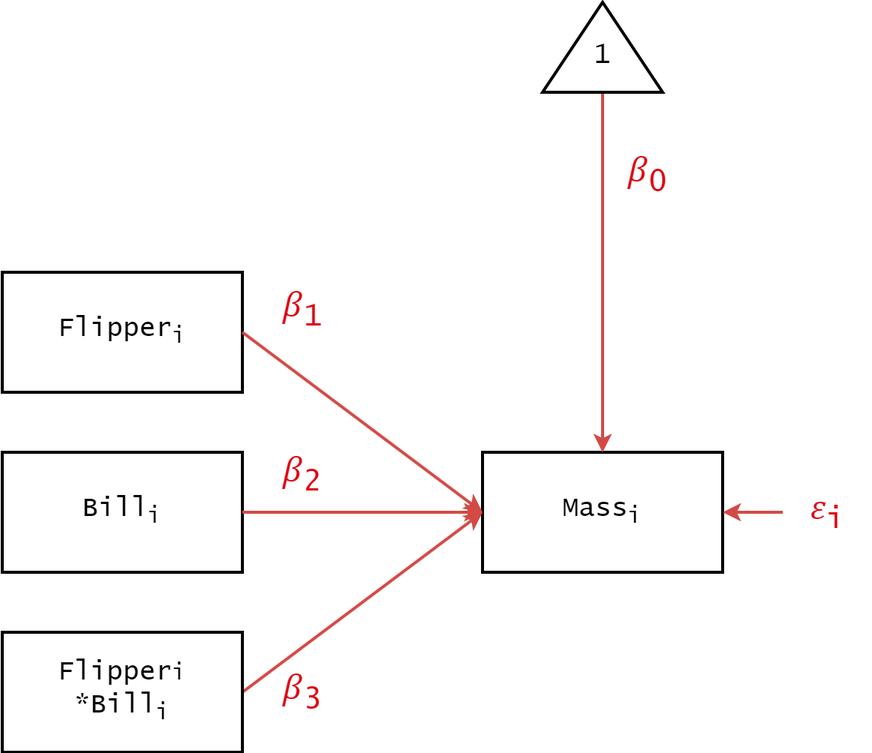
jmgirard/psyc894 keeps this draw.io diagram as diagrams/cc_moderation_full.png. Above is the earlier version. Source tidied: cells renumbered, new cells last; positions are measured from the earlier drawing's top-left corner, leaving out a move shared by most shapes. The source it was exported from:
```xml
<mxGraphModel>
  <root>
    <mxCell id="0" />
    <mxCell id="1" parent="0" />
    <mxCell id="2" value="Mass&lt;sub&gt;i&lt;/sub&gt;" style="rounded=0;whiteSpace=wrap;html=1;fontSize=18;strokeWidth=2;fontFamily=Lucida Console;" parent="1" vertex="1">
      <mxGeometry x="320" y="300" width="160" height="80" as="geometry" />
    </mxCell>
    <mxCell id="3" style="endArrow=classic;html=1;rounded=0;strokeWidth=2;strokeColor=#D34A45;entryX=1;entryY=0.5;entryDx=0;entryDy=0;exitX=0;exitY=0.5;exitDx=0;exitDy=0;" parent="1" edge="1" source="4" target="2">
      <mxGeometry relative="1" as="geometry" />
    </mxCell>
    <mxCell id="4" value="&lt;span style=&quot;color: rgb(223, 0, 15); background-color: rgb(255, 255, 255);&quot;&gt;&lt;font style=&quot;font-size: 24px;&quot;&gt;&lt;font style=&quot;&quot;&gt;𝜀&lt;/font&gt;&lt;sub&gt;i&lt;/sub&gt;&lt;/font&gt;&lt;/span&gt;" style="text;html=1;align=center;verticalAlign=middle;whiteSpace=wrap;rounded=0;fontSize=18;fontColor=#D34A45;fontFamily=Lucida Console;" parent="1" vertex="1">
      <mxGeometry x="520" y="325" width="60" height="30" as="geometry" />
    </mxCell>
    <mxCell id="5" style="edgeStyle=orthogonalEdgeStyle;rounded=0;jettySize=auto;html=1;exitX=0;exitY=0.5;exitDx=0;exitDy=0;entryX=0.5;entryY=0;entryDx=0;entryDy=0;strokeWidth=2;strokeColor=#D34A45;" parent="1" edge="1" source="6" target="2">
      <mxGeometry relative="1" as="geometry" />
    </mxCell>
    <mxCell id="6" value="&lt;font style=&quot;font-size: 18px;&quot;&gt;1&lt;/font&gt;" style="triangle;whiteSpace=wrap;html=1;strokeWidth=2;direction=north;verticalAlign=middle;spacingTop=12;fontFamily=Lucida Console;" parent="1" vertex="1">
      <mxGeometry x="360" width="80" height="60" as="geometry" />
    </mxCell>
    <mxCell id="7" value="&lt;span style=&quot;color: rgb(223, 0, 15); background-color: rgb(255, 255, 255);&quot;&gt;&lt;font style=&quot;font-size: 24px;&quot;&gt;𝛽&lt;/font&gt;&lt;font style=&quot;font-size: 24px;&quot;&gt;&lt;sub style=&quot;&quot;&gt;0&lt;/sub&gt;&lt;/font&gt;&lt;/span&gt;" style="text;html=1;align=center;verticalAlign=middle;whiteSpace=wrap;rounded=0;fontSize=18;fontFamily=Lucida Console;" parent="1" vertex="1">
      <mxGeometry x="390" y="100" width="80" height="30" as="geometry" />
    </mxCell>
    <mxCell id="8" style="rounded=0;jettySize=auto;html=1;exitX=1;exitY=0.5;exitDx=0;exitDy=0;entryX=0;entryY=0.5;entryDx=0;entryDy=0;strokeWidth=2;strokeColor=light-dark(#d34a45, #ff7777);" parent="1" edge="1" source="9">
      <mxGeometry relative="1" as="geometry">
        <mxPoint x="320" y="340" as="targetPoint" />
      </mxGeometry>
    </mxCell>
    <mxCell id="9" value="Flipper&lt;span style=&quot;font-size: 15px;&quot;&gt;i&lt;/span&gt;&lt;br&gt;&lt;div&gt;*Bill&lt;sub&gt;i&lt;/sub&gt;&lt;br&gt;&lt;/div&gt;" style="rounded=0;whiteSpace=wrap;html=1;fontSize=18;strokeWidth=2;fontFamily=Lucida Console;" parent="1" vertex="1">
      <mxGeometry y="420" width="160" height="80" as="geometry" />
    </mxCell>
    <mxCell id="10" value="Bill&lt;sub&gt;i&lt;br&gt;&lt;/sub&gt;" style="rounded=0;whiteSpace=wrap;html=1;fontSize=18;strokeWidth=2;fontFamily=Lucida Console;" parent="1" vertex="1">
      <mxGeometry y="300" width="160" height="80" as="geometry" />
    </mxCell>
    <mxCell id="11" value="Flipper&lt;sub&gt;i&lt;/sub&gt;" style="rounded=0;whiteSpace=wrap;html=1;fontSize=18;strokeWidth=2;fontFamily=Lucida Console;" parent="1" vertex="1">
      <mxGeometry y="180" width="160" height="80" as="geometry" />
    </mxCell>
    <mxCell id="12" style="rounded=0;jettySize=auto;html=1;exitX=1;exitY=0.5;exitDx=0;exitDy=0;entryX=0;entryY=0.5;entryDx=0;entryDy=0;strokeWidth=2;strokeColor=light-dark(#d34a45, #ff7777);" parent="1" edge="1" source="10">
      <mxGeometry relative="1" as="geometry">
        <mxPoint x="320" y="340" as="targetPoint" />
      </mxGeometry>
    </mxCell>
    <mxCell id="13" style="rounded=0;jettySize=auto;html=1;exitX=1;exitY=0.5;exitDx=0;exitDy=0;entryX=0;entryY=0.5;entryDx=0;entryDy=0;strokeWidth=2;strokeColor=light-dark(#d34a45, #ff7777);" parent="1" edge="1" source="11">
      <mxGeometry relative="1" as="geometry">
        <mxPoint x="320" y="340" as="targetPoint" />
      </mxGeometry>
    </mxCell>
    <mxCell id="14" value="&lt;span style=&quot;color: rgb(223, 0, 15); background-color: rgb(255, 255, 255);&quot;&gt;&lt;font style=&quot;font-size: 24px;&quot;&gt;𝛽&lt;/font&gt;&lt;font style=&quot;font-size: 24px;&quot;&gt;&lt;sub style=&quot;&quot;&gt;1&lt;/sub&gt;&lt;/font&gt;&lt;/span&gt;" style="text;html=1;align=center;verticalAlign=middle;whiteSpace=wrap;rounded=0;fontSize=18;fontFamily=Lucida Console;" parent="1" vertex="1">
      <mxGeometry x="160" y="190" width="80" height="30" as="geometry" />
    </mxCell>
    <mxCell id="15" value="&lt;span style=&quot;color: rgb(223, 0, 15); background-color: rgb(255, 255, 255);&quot;&gt;&lt;font style=&quot;font-size: 24px;&quot;&gt;𝛽&lt;/font&gt;&lt;font style=&quot;font-size: 24px;&quot;&gt;&lt;sub style=&quot;&quot;&gt;2&lt;/sub&gt;&lt;/font&gt;&lt;/span&gt;" style="text;html=1;align=center;verticalAlign=middle;whiteSpace=wrap;rounded=0;fontSize=18;fontFamily=Lucida Console;" parent="1" vertex="1">
      <mxGeometry x="160" y="300" width="80" height="30" as="geometry" />
    </mxCell>
    <mxCell id="16" value="&lt;span style=&quot;color: rgb(223, 0, 15); background-color: rgb(255, 255, 255);&quot;&gt;&lt;font style=&quot;font-size: 24px;&quot;&gt;𝛽&lt;/font&gt;&lt;font style=&quot;font-size: 24px;&quot;&gt;&lt;sub style=&quot;&quot;&gt;3&lt;/sub&gt;&lt;/font&gt;&lt;/span&gt;" style="text;html=1;align=center;verticalAlign=middle;whiteSpace=wrap;rounded=0;fontSize=18;fontFamily=Lucida Console;" parent="1" vertex="1">
      <mxGeometry x="160" y="445" width="80" height="30" as="geometry" />
    </mxCell>
  </root>
</mxGraphModel>
```
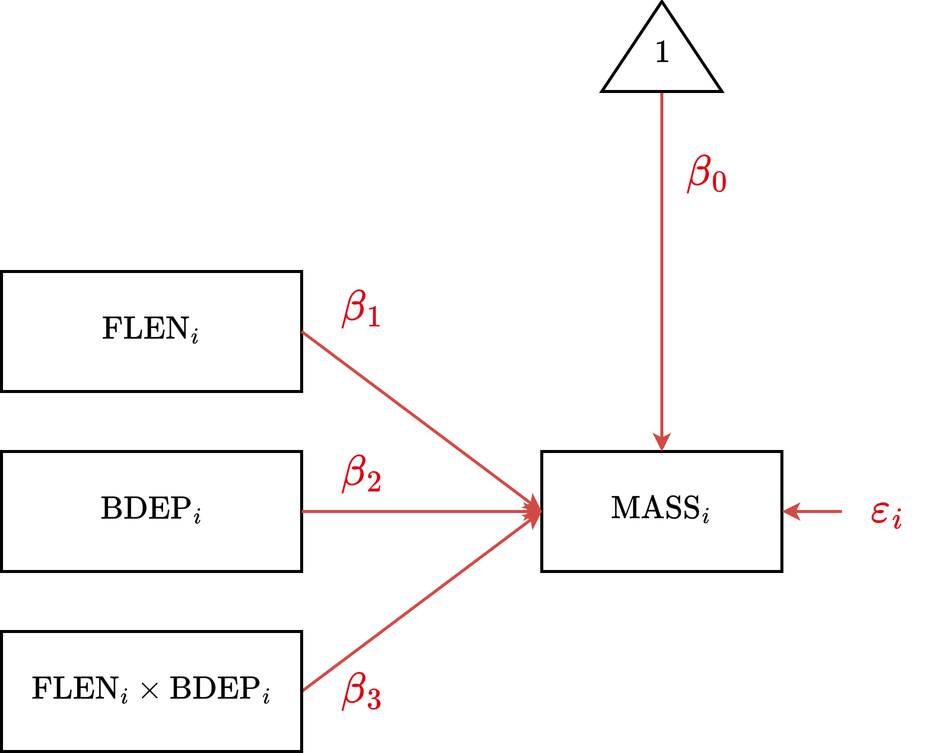
The same file after the commit.

The edit, as a diff of the source:
```diff
@@ -1,23 +1,23 @@
-<mxGraphModel>
+<mxGraphModel math="1">
   <root>
     <mxCell id="0" />
     <mxCell id="1" parent="0" />
-    <mxCell id="2" value="Mass&lt;sub&gt;i&lt;/sub&gt;" style="rounded=0;whiteSpace=wrap;html=1;fontSize=18;strokeWidth=2;fontFamily=Lucida Console;" parent="1" vertex="1">
+    <mxCell id="2" value="$$\text{MASS}_i$$" style="rounded=0;whiteSpace=wrap;html=1;fontSize=18;strokeWidth=2;fontFamily=Lucida Console;" parent="1" vertex="1">
       <mxGeometry x="320" y="300" width="160" height="80" as="geometry" />
     </mxCell>
     <mxCell id="3" style="endArrow=classic;html=1;rounded=0;strokeWidth=2;strokeColor=#D34A45;entryX=1;entryY=0.5;entryDx=0;entryDy=0;exitX=0;exitY=0.5;exitDx=0;exitDy=0;" parent="1" edge="1" source="4" target="2">
       <mxGeometry relative="1" as="geometry" />
     </mxCell>
-    <mxCell id="4" value="&lt;span style=&quot;color: rgb(223, 0, 15); background-color: rgb(255, 255, 255);&quot;&gt;&lt;font style=&quot;font-size: 24px;&quot;&gt;&lt;font style=&quot;&quot;&gt;𝜀&lt;/font&gt;&lt;sub&gt;i&lt;/sub&gt;&lt;/font&gt;&lt;/span&gt;" style="text;html=1;align=center;verticalAlign=middle;whiteSpace=wrap;rounded=0;fontSize=18;fontColor=#D34A45;fontFamily=Lucida Console;" parent="1" vertex="1">
+    <mxCell id="4" value="&lt;font color=&quot;#df000f&quot;&gt;&lt;span style=&quot;font-size: 24px; background-color: rgb(255, 255, 255);&quot;&gt;$$\varepsilon_i$$&lt;/span&gt;&lt;/font&gt;" style="text;html=1;align=center;verticalAlign=middle;whiteSpace=wrap;rounded=0;fontSize=18;fontColor=#D34A45;fontFamily=Lucida Console;" parent="1" vertex="1">
       <mxGeometry x="520" y="325" width="60" height="30" as="geometry" />
     </mxCell>
     <mxCell id="5" style="edgeStyle=orthogonalEdgeStyle;rounded=0;jettySize=auto;html=1;exitX=0;exitY=0.5;exitDx=0;exitDy=0;entryX=0.5;entryY=0;entryDx=0;entryDy=0;strokeWidth=2;strokeColor=#D34A45;" parent="1" edge="1" source="6" target="2">
       <mxGeometry relative="1" as="geometry" />
     </mxCell>
-    <mxCell id="6" value="&lt;font style=&quot;font-size: 18px;&quot;&gt;1&lt;/font&gt;" style="triangle;whiteSpace=wrap;html=1;strokeWidth=2;direction=north;verticalAlign=middle;spacingTop=12;fontFamily=Lucida Console;" parent="1" vertex="1">
+    <mxCell id="6" value="&lt;span style=&quot;font-size: 18px;&quot;&gt;$$1$$&lt;/span&gt;" style="triangle;whiteSpace=wrap;html=1;strokeWidth=2;direction=north;verticalAlign=middle;spacingTop=12;fontFamily=Lucida Console;" parent="1" vertex="1">
       <mxGeometry x="360" width="80" height="60" as="geometry" />
     </mxCell>
-    <mxCell id="7" value="&lt;span style=&quot;color: rgb(223, 0, 15); background-color: rgb(255, 255, 255);&quot;&gt;&lt;font style=&quot;font-size: 24px;&quot;&gt;𝛽&lt;/font&gt;&lt;font style=&quot;font-size: 24px;&quot;&gt;&lt;sub style=&quot;&quot;&gt;0&lt;/sub&gt;&lt;/font&gt;&lt;/span&gt;" style="text;html=1;align=center;verticalAlign=middle;whiteSpace=wrap;rounded=0;fontSize=18;fontFamily=Lucida Console;" parent="1" vertex="1">
+    <mxCell id="7" value="&lt;font color=&quot;#df000f&quot;&gt;&lt;span style=&quot;font-size: 24px; background-color: rgb(255, 255, 255);&quot;&gt;$$\beta_0$$&lt;/span&gt;&lt;/font&gt;" style="text;html=1;align=center;verticalAlign=middle;whiteSpace=wrap;rounded=0;fontSize=18;fontFamily=Lucida Console;" parent="1" vertex="1">
       <mxGeometry x="390" y="100" width="80" height="30" as="geometry" />
     </mxCell>
     <mxCell id="8" style="rounded=0;jettySize=auto;html=1;exitX=1;exitY=0.5;exitDx=0;exitDy=0;entryX=0;entryY=0.5;entryDx=0;entryDy=0;strokeWidth=2;strokeColor=light-dark(#d34a45, #ff7777);" parent="1" edge="1" source="9">
@@ -25,14 +25,14 @@
         <mxPoint x="320" y="340" as="targetPoint" />
       </mxGeometry>
     </mxCell>
-    <mxCell id="9" value="Flipper&lt;span style=&quot;font-size: 15px;&quot;&gt;i&lt;/span&gt;&lt;br&gt;&lt;div&gt;*Bill&lt;sub&gt;i&lt;/sub&gt;&lt;br&gt;&lt;/div&gt;" style="rounded=0;whiteSpace=wrap;html=1;fontSize=18;strokeWidth=2;fontFamily=Lucida Console;" parent="1" vertex="1">
-      <mxGeometry y="420" width="160" height="80" as="geometry" />
+    <mxCell id="9" value="&lt;div&gt;$$\text{FLEN}_i \times \text{BDEP}_i$$&lt;/div&gt;" style="rounded=0;whiteSpace=wrap;html=1;fontSize=18;strokeWidth=2;fontFamily=Lucida Console;" parent="1" vertex="1">
+      <mxGeometry x="-40" y="420" width="200" height="80" as="geometry" />
     </mxCell>
-    <mxCell id="10" value="Bill&lt;sub&gt;i&lt;br&gt;&lt;/sub&gt;" style="rounded=0;whiteSpace=wrap;html=1;fontSize=18;strokeWidth=2;fontFamily=Lucida Console;" parent="1" vertex="1">
-      <mxGeometry y="300" width="160" height="80" as="geometry" />
+    <mxCell id="10" value="&lt;sub&gt;&lt;font style=&quot;font-size: 18px;&quot;&gt;$$\text{BDEP}_i$$&lt;/font&gt;&lt;/sub&gt;" style="rounded=0;whiteSpace=wrap;html=1;fontSize=18;strokeWidth=2;fontFamily=Lucida Console;" parent="1" vertex="1">
+      <mxGeometry x="-40" y="300" width="200" height="80" as="geometry" />
     </mxCell>
-    <mxCell id="11" value="Flipper&lt;sub&gt;i&lt;/sub&gt;" style="rounded=0;whiteSpace=wrap;html=1;fontSize=18;strokeWidth=2;fontFamily=Lucida Console;" parent="1" vertex="1">
-      <mxGeometry y="180" width="160" height="80" as="geometry" />
+    <mxCell id="11" value="$$\text{FLEN}_i$$" style="rounded=0;whiteSpace=wrap;html=1;fontSize=18;strokeWidth=2;fontFamily=Lucida Console;" parent="1" vertex="1">
+      <mxGeometry x="-40" y="180" width="200" height="80" as="geometry" />
     </mxCell>
     <mxCell id="12" style="rounded=0;jettySize=auto;html=1;exitX=1;exitY=0.5;exitDx=0;exitDy=0;entryX=0;entryY=0.5;entryDx=0;entryDy=0;strokeWidth=2;strokeColor=light-dark(#d34a45, #ff7777);" parent="1" edge="1" source="10">
       <mxGeometry relative="1" as="geometry">
@@ -44,13 +44,13 @@
         <mxPoint x="320" y="340" as="targetPoint" />
       </mxGeometry>
     </mxCell>
-    <mxCell id="14" value="&lt;span style=&quot;color: rgb(223, 0, 15); background-color: rgb(255, 255, 255);&quot;&gt;&lt;font style=&quot;font-size: 24px;&quot;&gt;𝛽&lt;/font&gt;&lt;font style=&quot;font-size: 24px;&quot;&gt;&lt;sub style=&quot;&quot;&gt;1&lt;/sub&gt;&lt;/font&gt;&lt;/span&gt;" style="text;html=1;align=center;verticalAlign=middle;whiteSpace=wrap;rounded=0;fontSize=18;fontFamily=Lucida Console;" parent="1" vertex="1">
+    <mxCell id="14" value="&lt;font color=&quot;#df000f&quot;&gt;&lt;span style=&quot;font-size: 24px; background-color: rgb(255, 255, 255);&quot;&gt;$$\beta_1$$&lt;/span&gt;&lt;/font&gt;" style="text;html=1;align=center;verticalAlign=middle;whiteSpace=wrap;rounded=0;fontSize=18;fontFamily=Lucida Console;" parent="1" vertex="1">
       <mxGeometry x="160" y="190" width="80" height="30" as="geometry" />
     </mxCell>
-    <mxCell id="15" value="&lt;span style=&quot;color: rgb(223, 0, 15); background-color: rgb(255, 255, 255);&quot;&gt;&lt;font style=&quot;font-size: 24px;&quot;&gt;𝛽&lt;/font&gt;&lt;font style=&quot;font-size: 24px;&quot;&gt;&lt;sub style=&quot;&quot;&gt;2&lt;/sub&gt;&lt;/font&gt;&lt;/span&gt;" style="text;html=1;align=center;verticalAlign=middle;whiteSpace=wrap;rounded=0;fontSize=18;fontFamily=Lucida Console;" parent="1" vertex="1">
+    <mxCell id="15" value="&lt;font color=&quot;#df000f&quot;&gt;&lt;span style=&quot;font-size: 24px; background-color: rgb(255, 255, 255);&quot;&gt;$$\beta_2$$&lt;/span&gt;&lt;/font&gt;" style="text;html=1;align=center;verticalAlign=middle;whiteSpace=wrap;rounded=0;fontSize=18;fontFamily=Lucida Console;" parent="1" vertex="1">
       <mxGeometry x="160" y="300" width="80" height="30" as="geometry" />
     </mxCell>
-    <mxCell id="16" value="&lt;span style=&quot;color: rgb(223, 0, 15); background-color: rgb(255, 255, 255);&quot;&gt;&lt;font style=&quot;font-size: 24px;&quot;&gt;𝛽&lt;/font&gt;&lt;font style=&quot;font-size: 24px;&quot;&gt;&lt;sub style=&quot;&quot;&gt;3&lt;/sub&gt;&lt;/font&gt;&lt;/span&gt;" style="text;html=1;align=center;verticalAlign=middle;whiteSpace=wrap;rounded=0;fontSize=18;fontFamily=Lucida Console;" parent="1" vertex="1">
+    <mxCell id="16" value="&lt;font color=&quot;#df000f&quot;&gt;&lt;span style=&quot;font-size: 24px; background-color: rgb(255, 255, 255);&quot;&gt;$$\beta_3$$&lt;/span&gt;&lt;/font&gt;" style="text;html=1;align=center;verticalAlign=middle;whiteSpace=wrap;rounded=0;fontSize=18;fontFamily=Lucida Console;" parent="1" vertex="1">
       <mxGeometry x="160" y="445" width="80" height="30" as="geometry" />
     </mxCell>
   </root>
```
